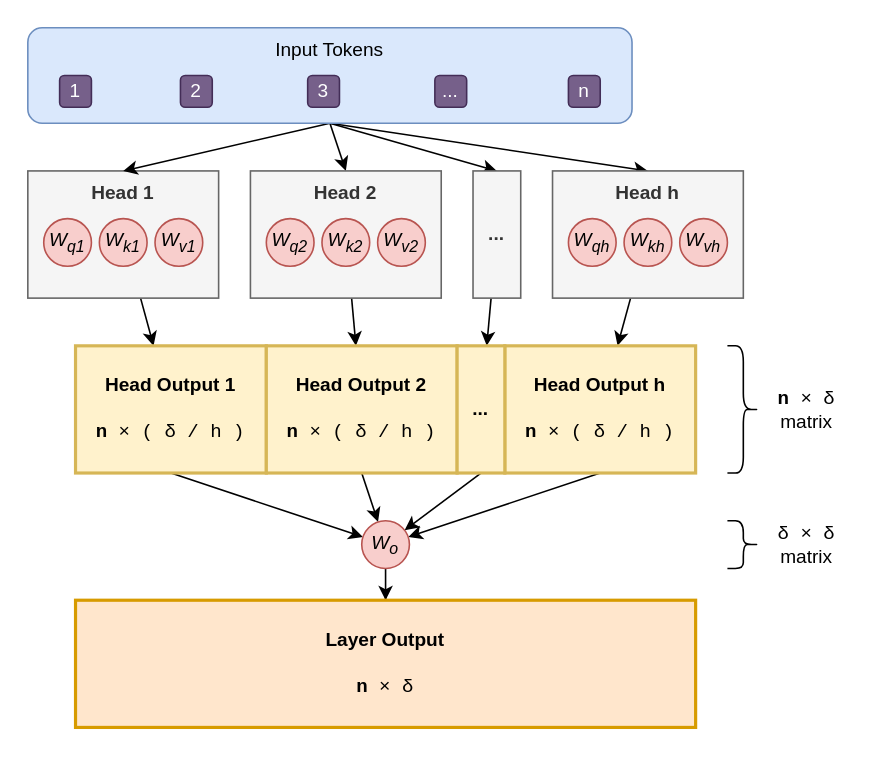
yshavit/llm-notes keeps this draw.io diagram as book/images/attention/multi-head.drawio. Above is the earlier version. Source tidied: cells renumbered, new cells numbered last; positions are measured from the earlier drawing's top-left corner, leaving out a move shared by most shapes. Both pictures are drawn from the tidied source at 159%, with x=0, y=0 at pixel (27, 27).
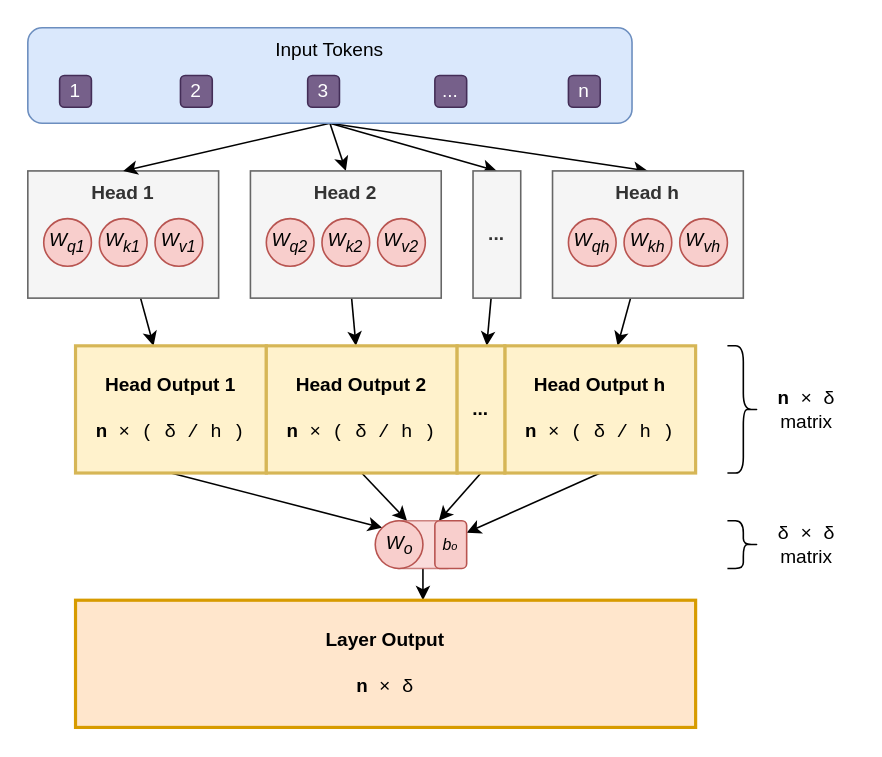
After the change.

The change refers to these unchanged cells:
```xml
<mxCell id="13" value="&lt;b&gt;Head Output 1&lt;/b&gt;&lt;div&gt;&lt;b&gt;&lt;br&gt;&lt;/b&gt;&lt;/div&gt;&lt;div&gt;&lt;font face=&quot;Courier New&quot;&gt;&lt;b&gt;n&amp;nbsp;&lt;/b&gt;&lt;span style=&quot;background-color: transparent; color: light-dark(rgb(0, 0, 0), rgb(255, 255, 255));&quot;&gt;× (&amp;nbsp;&lt;/span&gt;&lt;span style=&quot;background-color: transparent; color: light-dark(rgb(0, 0, 0), rgb(255, 255, 255));&quot;&gt;δ / h )&lt;/span&gt;&lt;/font&gt;&lt;/div&gt;" style="rounded=0;whiteSpace=wrap;html=1;fillColor=#fff2cc;strokeColor=#d6b656;verticalAlign=middle;textShadow=0;labelBorderColor=none;labelBackgroundColor=none;fontColor=default;strokeWidth=2;" parent="1" vertex="1">
  <mxGeometry x="30" y="200" width="120" height="80" as="geometry" />
</mxCell>
<mxCell id="27" value="&lt;b&gt;Head Output 2&lt;/b&gt;&lt;div&gt;&lt;b&gt;&lt;br&gt;&lt;/b&gt;&lt;/div&gt;&lt;div&gt;&lt;font face=&quot;Courier New&quot;&gt;&lt;b&gt;n&amp;nbsp;&lt;/b&gt;&lt;span style=&quot;background-color: transparent; color: light-dark(rgb(0, 0, 0), rgb(255, 255, 255));&quot;&gt;× (&amp;nbsp;&lt;/span&gt;&lt;span style=&quot;background-color: transparent; color: light-dark(rgb(0, 0, 0), rgb(255, 255, 255));&quot;&gt;δ / h )&lt;/span&gt;&lt;/font&gt;&lt;/div&gt;" style="rounded=0;whiteSpace=wrap;html=1;fillColor=#fff2cc;strokeColor=#d6b656;verticalAlign=middle;textShadow=0;labelBorderColor=none;labelBackgroundColor=none;fontColor=default;strokeWidth=2;" parent="1" vertex="1">
  <mxGeometry x="150" y="200" width="120" height="80" as="geometry" />
</mxCell>
<mxCell id="29" value="&lt;b&gt;Head Output h&lt;/b&gt;&lt;div&gt;&lt;b&gt;&lt;br&gt;&lt;/b&gt;&lt;/div&gt;&lt;div&gt;&lt;font face=&quot;Courier New&quot;&gt;&lt;b&gt;n&amp;nbsp;&lt;/b&gt;&lt;span style=&quot;background-color: transparent; color: light-dark(rgb(0, 0, 0), rgb(255, 255, 255));&quot;&gt;× (&amp;nbsp;&lt;/span&gt;&lt;span style=&quot;background-color: transparent; color: light-dark(rgb(0, 0, 0), rgb(255, 255, 255));&quot;&gt;δ / h )&lt;/span&gt;&lt;/font&gt;&lt;/div&gt;" style="rounded=0;whiteSpace=wrap;html=1;fillColor=#fff2cc;strokeColor=#d6b656;verticalAlign=middle;textShadow=0;labelBorderColor=none;labelBackgroundColor=none;fontColor=default;strokeWidth=2;" parent="1" vertex="1">
  <mxGeometry x="300" y="200" width="120" height="80" as="geometry" />
</mxCell>
<mxCell id="31" value="&lt;b&gt;...&lt;/b&gt;" style="rounded=0;whiteSpace=wrap;html=1;fillColor=#fff2cc;strokeColor=#d6b656;verticalAlign=middle;textShadow=0;labelBorderColor=none;labelBackgroundColor=none;fontColor=default;strokeWidth=2;" parent="1" vertex="1">
  <mxGeometry x="270" y="200" width="30" height="80" as="geometry" />
</mxCell>
<mxCell id="39" value="&lt;b&gt;Layer Output&lt;/b&gt;&lt;div&gt;&lt;b&gt;&lt;br&gt;&lt;/b&gt;&lt;/div&gt;&lt;div&gt;&lt;font face=&quot;Courier New&quot;&gt;&lt;b&gt;n&amp;nbsp;&lt;/b&gt;&lt;span style=&quot;background-color: transparent; color: light-dark(rgb(0, 0, 0), rgb(255, 255, 255));&quot;&gt;× &lt;/span&gt;&lt;span style=&quot;background-color: transparent; color: light-dark(rgb(0, 0, 0), rgb(255, 255, 255));&quot;&gt;δ&lt;/span&gt;&lt;/font&gt;&lt;/div&gt;" style="rounded=0;whiteSpace=wrap;html=1;fillColor=#ffe6cc;strokeColor=#d79b00;verticalAlign=middle;textShadow=0;labelBorderColor=none;labelBackgroundColor=none;strokeWidth=2;" parent="1" vertex="1">
  <mxGeometry x="30" y="360" width="390" height="80" as="geometry" />
</mxCell>
```

Change to the diagram source:
```diff
@@
+    <mxCell id="44" style="rounded=1;whiteSpace=wrap;html=1;fillColor=none;strokeColor=none;opacity=70;" parent="1" vertex="1">
+      <mxGeometry x="228.5" y="360" width="40" height="30" as="geometry" />
+    </mxCell>
@@
-    <mxCell id="12" style="rounded=0;jettySize=auto;html=1;exitX=0.5;exitY=1;exitDx=0;exitDy=0;" parent="1" edge="1" source="13" target="38">
+    <mxCell id="12" style="rounded=0;jettySize=auto;html=1;exitX=0.5;exitY=1;exitDx=0;exitDy=0;entryX=0;entryY=0;entryDx=0;entryDy=0;" parent="1" edge="1" source="13" target="38">
       <mxGeometry relative="1" as="geometry" />
     </mxCell>
@@
-    <mxCell id="26" style="rounded=0;jettySize=auto;html=1;exitX=0.5;exitY=1;exitDx=0;exitDy=0;" parent="1" edge="1" source="27" target="38">
+    <mxCell id="26" style="rounded=0;jettySize=auto;html=1;exitX=0.5;exitY=1;exitDx=0;exitDy=0;entryX=0.25;entryY=0;entryDx=0;entryDy=0;" parent="1" edge="1" source="27" target="45">
       <mxGeometry relative="1" as="geometry" />
     </mxCell>
@@
-    <mxCell id="28" style="rounded=0;jettySize=auto;html=1;exitX=0.5;exitY=1;exitDx=0;exitDy=0;" parent="1" edge="1" source="29" target="38">
+    <mxCell id="28" style="rounded=0;jettySize=auto;html=1;exitX=0.5;exitY=1;exitDx=0;exitDy=0;entryX=1;entryY=0.25;entryDx=0;entryDy=0;" parent="1" edge="1" source="29" target="46">
       <mxGeometry relative="1" as="geometry" />
     </mxCell>
@@
-    <mxCell id="30" style="rounded=0;jettySize=auto;html=1;exitX=0.5;exitY=1;exitDx=0;exitDy=0;" parent="1" edge="1" source="31" target="38">
+    <mxCell id="30" style="rounded=0;jettySize=auto;html=1;exitX=0.5;exitY=1;exitDx=0;exitDy=0;entryX=0.75;entryY=0;entryDx=0;entryDy=0;" parent="1" edge="1" source="31" target="45">
       <mxGeometry relative="1" as="geometry" />
     </mxCell>
@@
-    <mxCell id="37" style="edgeStyle=orthogonalEdgeStyle;rounded=0;jettySize=auto;html=1;" parent="1" edge="1" source="38" target="39">
+    <mxCell id="37" style="edgeStyle=orthogonalEdgeStyle;rounded=0;jettySize=auto;html=1;exitX=0.5;exitY=1;exitDx=0;exitDy=0;entryX=0.5;entryY=0;entryDx=0;entryDy=0;" parent="1" edge="1" source="45" target="44">
       <mxGeometry relative="1" as="geometry" />
     </mxCell>
-    <mxCell id="38" value="W&lt;sub&gt;o&lt;/sub&gt;" style="ellipse;whiteSpace=wrap;html=1;fontStyle=2;fillColor=#f8cecc;strokeColor=#b85450;" parent="1" vertex="1">
-      <mxGeometry x="210" y="310" width="30" height="30" as="geometry" />
-    </mxCell>
@@
+    <mxCell id="45" style="rounded=1;whiteSpace=wrap;html=1;fillColor=#f8cecc;strokeColor=#b85450;opacity=70;" parent="1" vertex="1">
+      <mxGeometry x="228.5" y="310" width="40" height="30" as="geometry" />
+    </mxCell>
+    <mxCell id="46" value="&lt;i&gt;b&lt;span style=&quot;font-size: 6.94444px;&quot;&gt;o&lt;/span&gt;&lt;/i&gt;" style="rounded=1;whiteSpace=wrap;html=1;fillColor=#f8cecc;strokeColor=#b85450;fontSize=10;" parent="1" vertex="1">
+      <mxGeometry x="256" y="310" width="20" height="30" as="geometry" />
+    </mxCell>
+    <mxCell id="38" value="W&lt;sub&gt;o&lt;/sub&gt;" style="ellipse;whiteSpace=wrap;html=1;fontStyle=2;fillColor=#f8cecc;strokeColor=#b85450;" parent="1" vertex="1">
+      <mxGeometry x="218.5" y="310" width="30" height="30" as="geometry" />
+    </mxCell>
```
